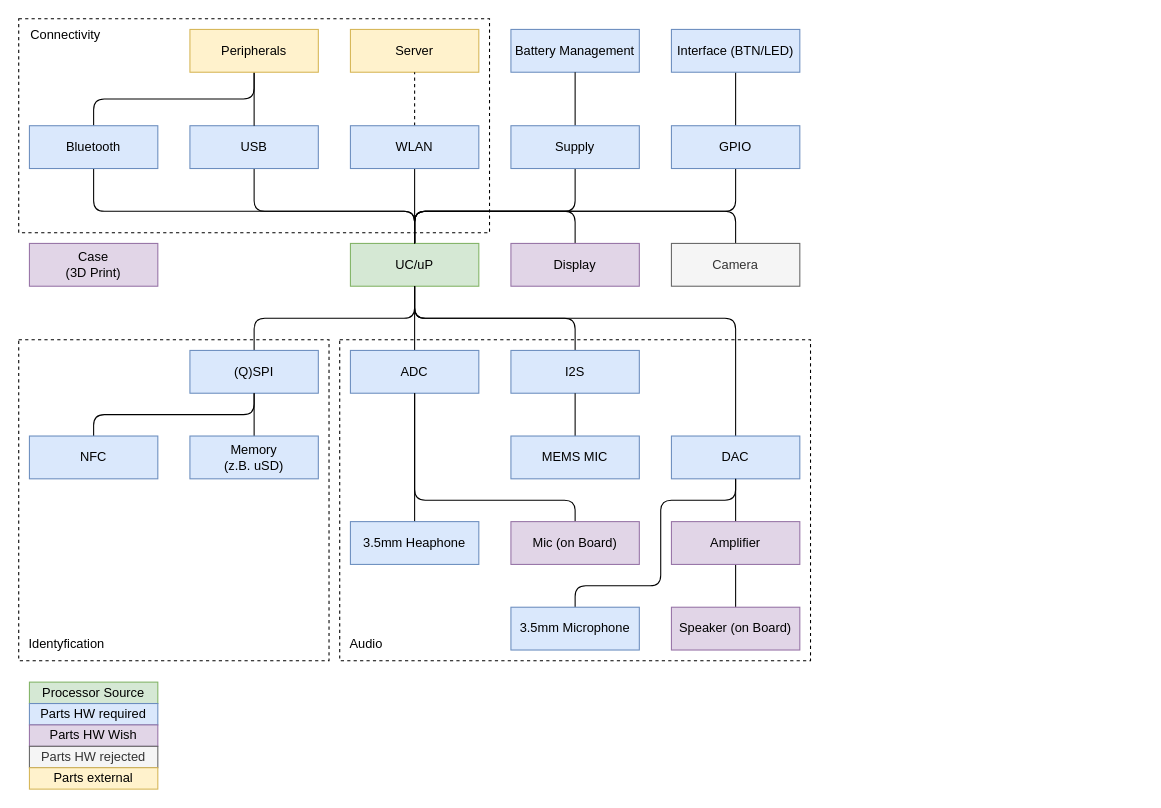
Above: page "HW-BlockDiagramm" (1 of 3) of Documentation/Block-Diagramm/Blockschaltbild.drawio in KROIA/Voicemail-Box (draw.io), before the change. Source tidied: cells renumbered, new cells numbered last; positions are measured from the earlier drawing's top-left corner, leaving out a move shared by most shapes. Both pictures are drawn from the tidied source at 107%, with x=0, y=0 at pixel (18, 18).
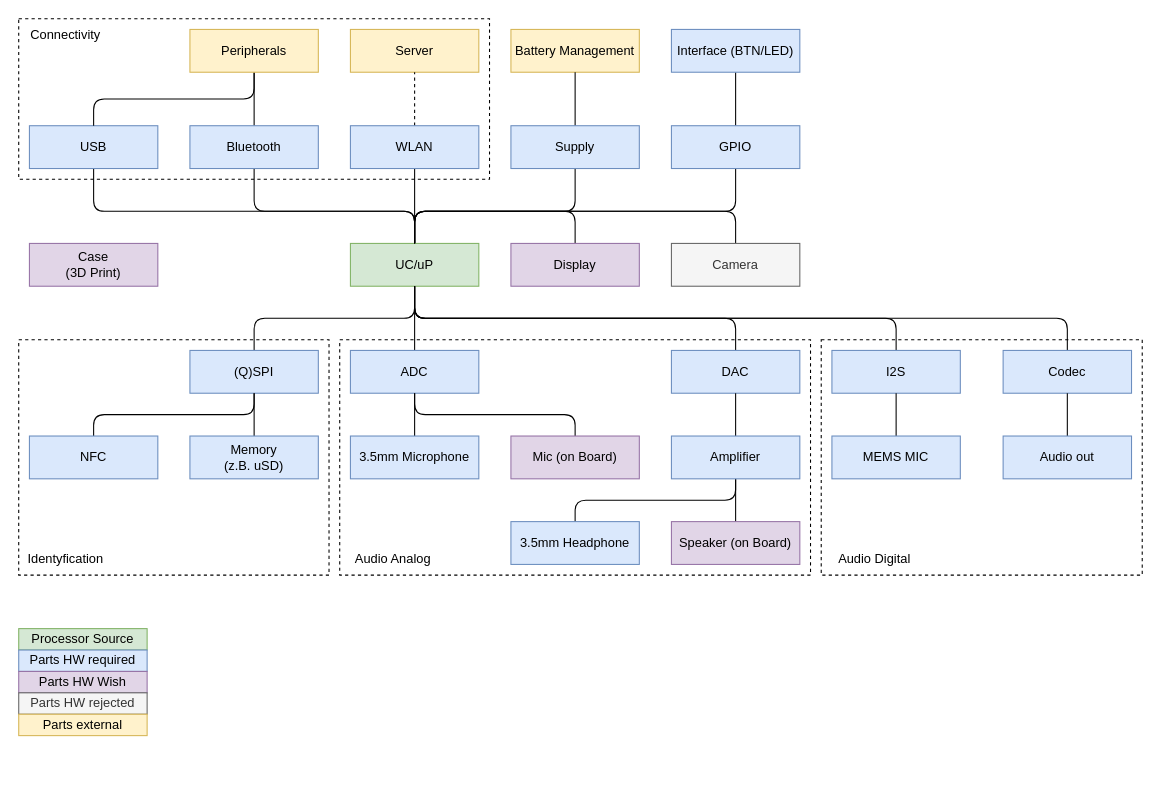
The same page after the edit.

The change refers to these unchanged cells:
```xml
<mxCell id="19" value="UC/uP" style="rounded=0;whiteSpace=wrap;html=1;fillColor=#d5e8d4;strokeColor=#82b366;" parent="1" vertex="1">
  <mxGeometry x="310" y="210" width="120" height="40" as="geometry" />
</mxCell>
<mxCell id="27" value="ADC" style="rounded=0;whiteSpace=wrap;html=1;fillColor=#dae8fc;strokeColor=#6c8ebf;" parent="1" vertex="1">
  <mxGeometry x="310" y="310" width="120" height="40" as="geometry" />
</mxCell>
```

Change to the diagram source:
```diff
@@
+    <mxCell id="54" style="rounded=0;whiteSpace=wrap;html=1;fillColor=none;dashed=1;" parent="1" vertex="1">
+      <mxGeometry width="440" height="150" as="geometry" />
+    </mxCell>
     <mxCell id="2" style="rounded=0;whiteSpace=wrap;html=1;fillColor=none;dashed=1;" parent="1" vertex="1">
-      <mxGeometry y="300" width="290" height="300" as="geometry" />
+      <mxGeometry y="300" width="290" height="220" as="geometry" />
     </mxCell>
     <mxCell id="3" style="rounded=0;whiteSpace=wrap;html=1;fillColor=none;dashed=1;" parent="1" vertex="1">
-      <mxGeometry x="300" y="300" width="440" height="300" as="geometry" />
+      <mxGeometry x="300" y="300" width="440" height="220" as="geometry" />
     </mxCell>
     <mxCell id="4" style="edgeStyle=orthogonalEdgeStyle;rounded=1;jettySize=auto;html=1;exitX=0.5;exitY=1;exitDx=0;exitDy=0;entryX=0.5;entryY=0;entryDx=0;entryDy=0;curved=0;endArrow=none;startFill=0;" parent="1" edge="1" source="6" target="19">
       <mxGeometry relative="1" as="geometry">
         <Array as="points">
-          <mxPoint x="70" y="180" />
+          <mxPoint x="220" y="180" />
           <mxPoint x="370" y="180" />
         </Array>
       </mxGeometry>
     </mxCell>
@@
     <mxCell id="6" value="Bluetooth" style="rounded=0;whiteSpace=wrap;html=1;fillColor=#dae8fc;strokeColor=#6c8ebf;" parent="1" vertex="1">
-      <mxGeometry x="10" y="100" width="120" height="40" as="geometry" />
+      <mxGeometry x="160" y="100" width="120" height="40" as="geometry" />
     </mxCell>
     <mxCell id="7" style="edgeStyle=orthogonalEdgeStyle;rounded=1;jettySize=auto;html=1;exitX=0.5;exitY=1;exitDx=0;exitDy=0;curved=0;endArrow=none;startFill=0;" parent="1" edge="1" source="8" target="19">
       <mxGeometry relative="1" as="geometry">
         <Array as="points">
-          <mxPoint x="220" y="180" />
+          <mxPoint x="70" y="180" />
           <mxPoint x="370" y="180" />
         </Array>
       </mxGeometry>
     </mxCell>
     <mxCell id="8" value="USB" style="rounded=0;whiteSpace=wrap;html=1;fillColor=#dae8fc;strokeColor=#6c8ebf;" parent="1" vertex="1">
-      <mxGeometry x="160" y="100" width="120" height="40" as="geometry" />
+      <mxGeometry x="10" y="100" width="120" height="40" as="geometry" />
     </mxCell>
@@
-    <mxCell id="15" value="Battery Management" style="rounded=0;whiteSpace=wrap;html=1;fillColor=#dae8fc;strokeColor=#6c8ebf;" parent="1" vertex="1">
+    <mxCell id="15" value="Battery Management" style="rounded=0;whiteSpace=wrap;html=1;fillColor=#fff2cc;strokeColor=#d6b656;" parent="1" vertex="1">
       <mxGeometry x="460" y="10" width="120" height="40" as="geometry" />
     </mxCell>
@@
     <mxCell id="29" value="Speaker (on Board)" style="rounded=0;whiteSpace=wrap;html=1;fillColor=#e1d5e7;strokeColor=#9673a6;" parent="1" vertex="1">
-      <mxGeometry x="610" y="550" width="120" height="40" as="geometry" />
+      <mxGeometry x="610" y="470" width="120" height="40" as="geometry" />
     </mxCell>
     <mxCell id="30" style="edgeStyle=orthogonalEdgeStyle;rounded=1;jettySize=auto;html=1;exitX=0.5;exitY=0;exitDx=0;exitDy=0;entryX=0.5;entryY=1;entryDx=0;entryDy=0;curved=0;endArrow=none;startFill=0;" parent="1" edge="1" source="31" target="27">
       <mxGeometry relative="1" as="geometry">
         <Array as="points">
-          <mxPoint x="520" y="450" />
-          <mxPoint x="370" y="450" />
+          <mxPoint x="520" y="370" />
+          <mxPoint x="370" y="370" />
         </Array>
       </mxGeometry>
     </mxCell>
     <mxCell id="31" value="Mic (on Board)" style="rounded=0;whiteSpace=wrap;html=1;fillColor=#e1d5e7;strokeColor=#9673a6;" parent="1" vertex="1">
-      <mxGeometry x="460" y="470" width="120" height="40" as="geometry" />
+      <mxGeometry x="460" y="390" width="120" height="40" as="geometry" />
     </mxCell>
-    <mxCell id="32" style="edgeStyle=orthogonalEdgeStyle;rounded=1;jettySize=auto;html=1;exitX=0.5;exitY=0;exitDx=0;exitDy=0;curved=0;endArrow=none;startFill=0;" parent="1" edge="1" source="33" target="48">
+    <mxCell id="32" style="edgeStyle=orthogonalEdgeStyle;rounded=1;jettySize=auto;html=1;exitX=0.5;exitY=0;exitDx=0;exitDy=0;curved=0;endArrow=none;startFill=0;entryX=0.5;entryY=1;entryDx=0;entryDy=0;" parent="1" edge="1" source="33" target="53">
       <mxGeometry relative="1" as="geometry">
         <Array as="points">
-          <mxPoint x="520" y="530" />
-          <mxPoint x="600" y="530" />
-          <mxPoint x="600" y="450" />
+          <mxPoint x="520" y="450" />
           <mxPoint x="670" y="450" />
         </Array>
       </mxGeometry>
     </mxCell>
-    <mxCell id="33" value="3.5mm Microphone" style="rounded=0;whiteSpace=wrap;html=1;fillColor=#dae8fc;strokeColor=#6c8ebf;" parent="1" vertex="1">
-      <mxGeometry x="460" y="550" width="120" height="40" as="geometry" />
+    <mxCell id="33" value="3.5mm Headphone" style="rounded=0;whiteSpace=wrap;html=1;fillColor=#dae8fc;strokeColor=#6c8ebf;" parent="1" vertex="1">
+      <mxGeometry x="460" y="470" width="120" height="40" as="geometry" />
     </mxCell>
@@
     <mxCell id="41" value="Processor Source" style="rounded=0;whiteSpace=wrap;html=1;fillColor=#d5e8d4;strokeColor=#82b366;" parent="1" vertex="1">
-      <mxGeometry x="10" y="620" width="120" height="20" as="geometry" />
+      <mxGeometry y="570" width="120" height="20" as="geometry" />
     </mxCell>
     <mxCell id="42" value="Parts HW required" style="rounded=0;whiteSpace=wrap;html=1;fillColor=#dae8fc;strokeColor=#6c8ebf;" parent="1" vertex="1">
-      <mxGeometry x="10" y="640" width="120" height="20" as="geometry" />
+      <mxGeometry y="590" width="120" height="20" as="geometry" />
     </mxCell>
     <mxCell id="43" value="Parts HW Wish" style="rounded=0;whiteSpace=wrap;html=1;fillColor=#e1d5e7;strokeColor=#9673a6;" parent="1" vertex="1">
-      <mxGeometry x="10" y="660" width="120" height="20" as="geometry" />
+      <mxGeometry y="610" width="120" height="20" as="geometry" />
     </mxCell>
     <mxCell id="44" value="Parts HW rejected" style="rounded=0;whiteSpace=wrap;html=1;fillColor=#f5f5f5;strokeColor=#666666;fontColor=#333333;" parent="1" vertex="1">
-      <mxGeometry x="10" y="680" width="120" height="20" as="geometry" />
+      <mxGeometry y="630" width="120" height="20" as="geometry" />
     </mxCell>
     <mxCell id="45" value="Parts external" style="rounded=0;whiteSpace=wrap;html=1;fillColor=#fff2cc;strokeColor=#d6b656;" parent="1" vertex="1">
-      <mxGeometry x="10" y="700" width="120" height="20" as="geometry" />
+      <mxGeometry y="650" width="120" height="20" as="geometry" />
     </mxCell>
@@
     <mxCell id="48" value="DAC" style="rounded=0;whiteSpace=wrap;html=1;fillColor=#dae8fc;strokeColor=#6c8ebf;" parent="1" vertex="1">
-      <mxGeometry x="610" y="390" width="120" height="40" as="geometry" />
+      <mxGeometry x="610" y="310" width="120" height="40" as="geometry" />
     </mxCell>
@@
-    <mxCell id="50" value="3.5mm Heaphone" style="rounded=0;whiteSpace=wrap;html=1;fillColor=#dae8fc;strokeColor=#6c8ebf;" parent="1" vertex="1">
-      <mxGeometry x="310" y="470" width="120" height="40" as="geometry" />
+    <mxCell id="50" value="3.5mm Microphone" style="rounded=0;whiteSpace=wrap;html=1;fillColor=#dae8fc;strokeColor=#6c8ebf;" parent="1" vertex="1">
+      <mxGeometry x="310" y="390" width="120" height="40" as="geometry" />
     </mxCell>
@@
-    <mxCell id="53" value="Amplifier" style="rounded=0;whiteSpace=wrap;html=1;fillColor=#e1d5e7;strokeColor=#9673a6;" parent="1" vertex="1">
-      <mxGeometry x="610" y="470" width="120" height="40" as="geometry" />
+    <mxCell id="53" value="Amplifier" style="rounded=0;whiteSpace=wrap;html=1;fillColor=#dae8fc;strokeColor=#6c8ebf;" parent="1" vertex="1">
+      <mxGeometry x="610" y="390" width="120" height="40" as="geometry" />
     </mxCell>
-    <mxCell id="54" style="rounded=0;whiteSpace=wrap;html=1;fillColor=none;dashed=1;" parent="1" vertex="1">
-      <mxGeometry width="440" height="200" as="geometry" />
-    </mxCell>
@@
     <mxCell id="57" value="Identyfication" style="text;html=1;align=center;verticalAlign=middle;whiteSpace=wrap;rounded=0;" parent="1" vertex="1">
-      <mxGeometry x="15" y="570" width="60" height="30" as="geometry" />
+      <mxGeometry x="14" y="490" width="60" height="30" as="geometry" />
     </mxCell>
-    <mxCell id="58" value="Audio" style="text;html=1;align=center;verticalAlign=middle;whiteSpace=wrap;rounded=0;" parent="1" vertex="1">
-      <mxGeometry x="295" y="570" width="60" height="30" as="geometry" />
+    <mxCell id="58" value="Audio Analog" style="text;html=1;align=center;verticalAlign=middle;whiteSpace=wrap;rounded=0;" parent="1" vertex="1">
+      <mxGeometry x="300" y="490" width="100" height="30" as="geometry" />
     </mxCell>
@@
     <mxCell id="60" value="I2S" style="rounded=0;whiteSpace=wrap;html=1;fillColor=#dae8fc;strokeColor=#6c8ebf;" parent="1" vertex="1">
-      <mxGeometry x="460" y="310" width="120" height="40" as="geometry" />
+      <mxGeometry x="760" y="310" width="120" height="40" as="geometry" />
     </mxCell>
@@
     <mxCell id="62" value="MEMS MIC" style="rounded=0;whiteSpace=wrap;html=1;fillColor=#dae8fc;strokeColor=#6c8ebf;" parent="1" vertex="1">
-      <mxGeometry x="460" y="390" width="120" height="40" as="geometry" />
+      <mxGeometry x="760" y="390" width="120" height="40" as="geometry" />
     </mxCell>
+    <mxCell id="63" style="edgeStyle=orthogonalEdgeStyle;shape=connector;curved=0;rounded=1;jettySize=auto;html=1;exitX=0.5;exitY=0;exitDx=0;exitDy=0;entryX=0.5;entryY=1;entryDx=0;entryDy=0;strokeColor=default;align=center;verticalAlign=middle;fontFamily=Helvetica;fontSize=11;fontColor=default;labelBackgroundColor=default;startFill=0;endArrow=none;" parent="1" edge="1" source="64" target="19">
+      <mxGeometry relative="1" as="geometry" />
+    </mxCell>
+    <mxCell id="64" value="Codec" style="rounded=0;whiteSpace=wrap;html=1;fillColor=#dae8fc;strokeColor=#6c8ebf;" parent="1" vertex="1">
+      <mxGeometry x="920" y="310" width="120" height="40" as="geometry" />
+    </mxCell>
+    <mxCell id="65" style="edgeStyle=orthogonalEdgeStyle;shape=connector;curved=0;rounded=1;jettySize=auto;html=1;exitX=0.5;exitY=0;exitDx=0;exitDy=0;entryX=0.5;entryY=1;entryDx=0;entryDy=0;strokeColor=default;align=center;verticalAlign=middle;fontFamily=Helvetica;fontSize=11;fontColor=default;labelBackgroundColor=default;startFill=0;endArrow=none;" parent="1" edge="1" source="66" target="64">
+      <mxGeometry relative="1" as="geometry" />
+    </mxCell>
+    <mxCell id="66" value="Audio out" style="rounded=0;whiteSpace=wrap;html=1;fillColor=#dae8fc;strokeColor=#6c8ebf;" parent="1" vertex="1">
+      <mxGeometry x="920" y="390" width="120" height="40" as="geometry" />
+    </mxCell>
+    <mxCell id="67" style="rounded=0;whiteSpace=wrap;html=1;fillColor=none;dashed=1;" parent="1" vertex="1">
+      <mxGeometry x="750" y="300" width="300" height="220" as="geometry" />
+    </mxCell>
+    <mxCell id="68" value="Audio Digital" style="text;html=1;align=center;verticalAlign=middle;whiteSpace=wrap;rounded=0;" parent="1" vertex="1">
+      <mxGeometry x="750" y="490" width="100" height="30" as="geometry" />
+    </mxCell>
```
